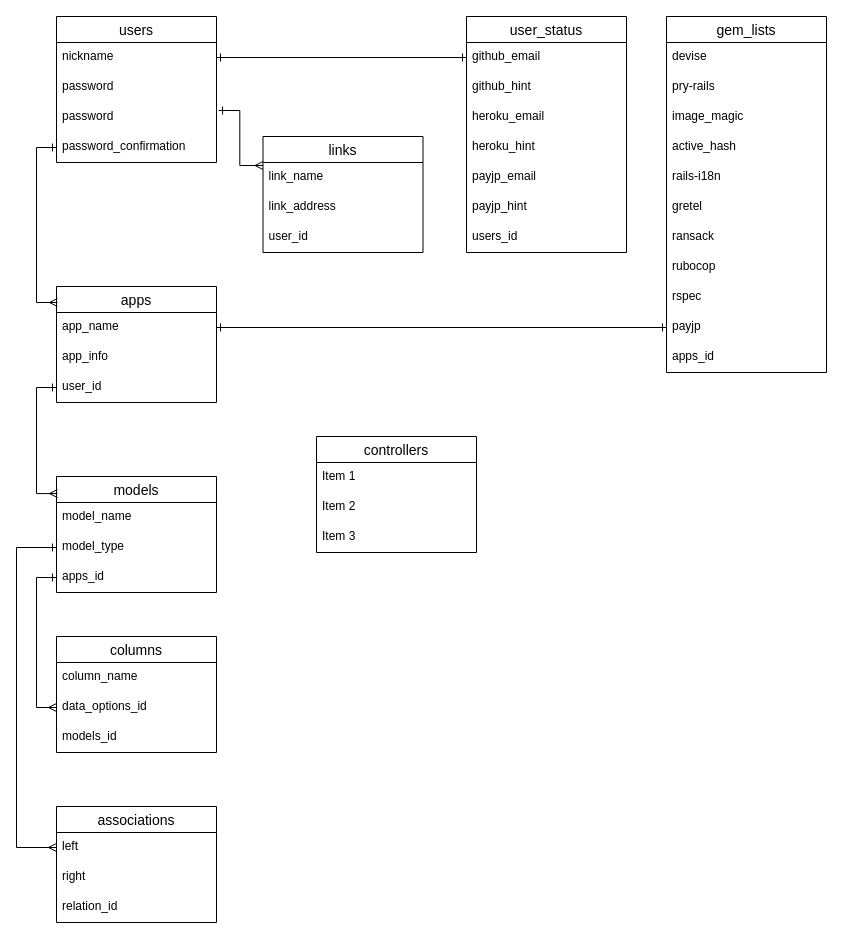
Above: ERdiagram.dio in sasakikeisuke-ft/rollers (draw.io), before the change. Source tidied: cells renumbered, new cells numbered last; positions are measured from the earlier drawing's top-left corner, leaving out a move shared by most shapes. Both pictures are drawn from the tidied source at 100%, with x=0, y=0 at pixel (16, 16).
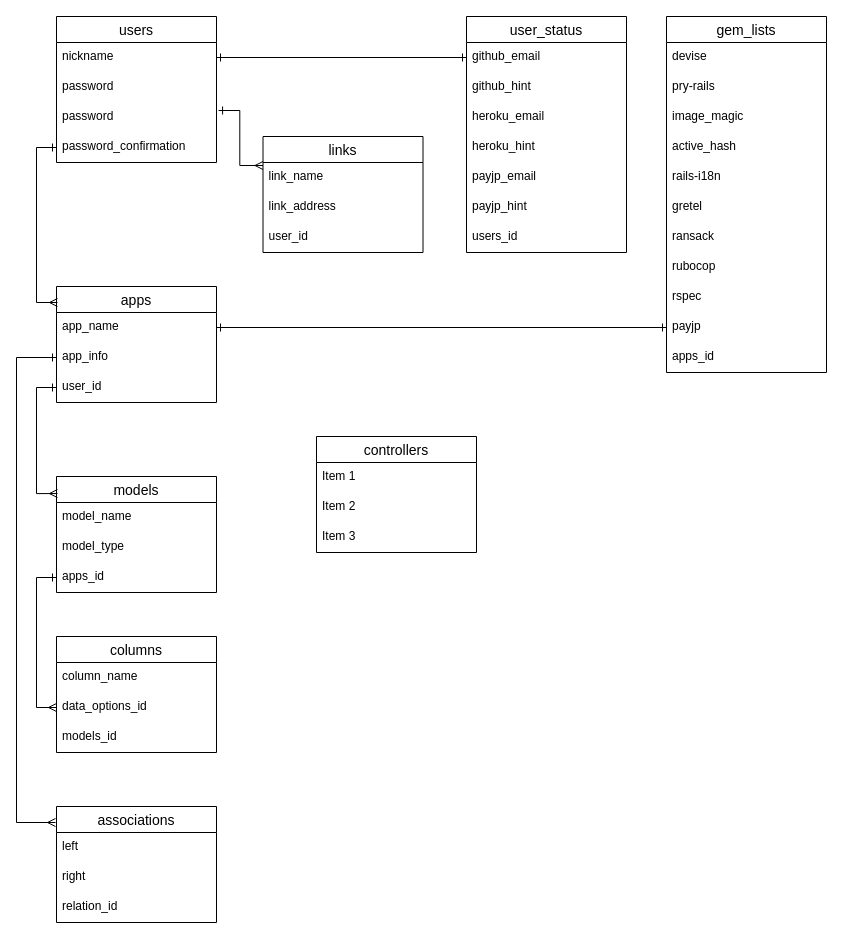
The same diagram, later.

The change refers to these unchanged cells:
```xml
<mxCell id="23" value="app_info" style="text;strokeColor=none;fillColor=none;spacingLeft=4;spacingRight=4;overflow=hidden;points=[[0,0.5],[1,0.5]];portConstraint=eastwest;fontSize=12;" parent="21" vertex="1">
  <mxGeometry y="56" width="160" height="30" as="geometry" />
</mxCell>
<mxCell id="41" value="model_type" style="text;strokeColor=none;fillColor=none;spacingLeft=4;spacingRight=4;overflow=hidden;points=[[0,0.5],[1,0.5]];portConstraint=eastwest;fontSize=12;" parent="39" vertex="1">
  <mxGeometry y="56" width="160" height="30" as="geometry" />
</mxCell>
<mxCell id="48" value="associations" style="swimlane;fontStyle=0;horizontal=1;startSize=26;align=center;fontSize=14;" parent="1" vertex="1">
  <mxGeometry x="40" y="790" width="160" height="116" as="geometry" />
</mxCell>
<mxCell id="49" value="left" style="text;strokeColor=none;fillColor=none;spacingLeft=4;spacingRight=4;overflow=hidden;points=[[0,0.5],[1,0.5]];portConstraint=eastwest;fontSize=12;" parent="48" vertex="1">
  <mxGeometry y="26" width="160" height="30" as="geometry" />
</mxCell>
```

What changed in the source:
```diff
@@
-    <mxCell id="52" style="edgeStyle=orthogonalEdgeStyle;rounded=0;jettySize=auto;html=1;entryX=0;entryY=0.5;entryDx=0;entryDy=0;startArrow=ERone;startFill=0;endArrow=ERmany;endFill=0;" parent="1" edge="1" source="41" target="49">
-      <mxGeometry relative="1" as="geometry">
-        <Array as="points">
-          <mxPoint y="531" />
-          <mxPoint y="831" />
-        </Array>
-      </mxGeometry>
-    </mxCell>
@@
+    <mxCell id="58" style="edgeStyle=orthogonalEdgeStyle;rounded=0;jettySize=auto;html=1;entryX=-0.006;entryY=0.138;entryDx=0;entryDy=0;entryPerimeter=0;startArrow=ERone;startFill=0;endArrow=ERmany;endFill=0;" parent="1" edge="1" source="23" target="48">
+      <mxGeometry relative="1" as="geometry">
+        <Array as="points">
+          <mxPoint y="341" />
+          <mxPoint y="806" />
+        </Array>
+      </mxGeometry>
+    </mxCell>
```
